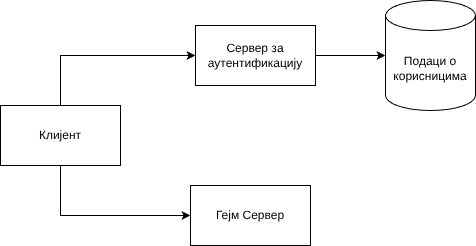
The draw.io diagram slike/dijgram_arhitekture_sistema.png in aleksaaaa02/bachelor-thesis, before a commit. Source tidied: cells renumbered, new cells last; positions are measured from the earlier drawing's top-left corner, leaving out a move shared by most shapes.
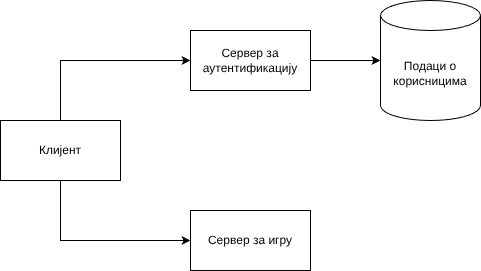
Above is the later version.

Change to the diagram source:
```diff
@@ -2,26 +2,26 @@
   <root>
     <mxCell id="0" />
     <mxCell id="1" parent="0" />
-    <mxCell id="2" style="edgeStyle=orthogonalEdgeStyle;rounded=0;jettySize=auto;html=1;exitX=0.5;exitY=1;exitDx=0;exitDy=0;entryX=0;entryY=0.5;entryDx=0;entryDy=0;" parent="1" edge="1" source="4" target="5">
-      <mxGeometry relative="1" as="geometry" />
-    </mxCell>
     <mxCell id="3" style="edgeStyle=orthogonalEdgeStyle;rounded=0;jettySize=auto;html=1;exitX=0.5;exitY=0;exitDx=0;exitDy=0;entryX=0;entryY=0.5;entryDx=0;entryDy=0;" parent="1" edge="1" source="4" target="6">
       <mxGeometry relative="1" as="geometry" />
     </mxCell>
+    <mxCell id="9" style="edgeStyle=orthogonalEdgeStyle;rounded=0;jettySize=auto;html=1;exitX=0.5;exitY=1;exitDx=0;exitDy=0;entryX=0;entryY=0.5;entryDx=0;entryDy=0;" parent="1" edge="1" source="4" target="10">
+      <mxGeometry relative="1" as="geometry" />
+    </mxCell>
-    <mxCell id="4" value="Клијент" style="whiteSpace=wrap;html=1;" parent="1" vertex="1">
-      <mxGeometry y="105" width="120" height="60" as="geometry" />
+    <mxCell id="4" value="Клијент" style="rounded=0;whiteSpace=wrap;html=1;" parent="1" vertex="1">
+      <mxGeometry x="-60" y="125" width="120" height="60" as="geometry" />
     </mxCell>
-    <mxCell id="5" value="Гејм Сервер" style="rounded=0;whiteSpace=wrap;html=1;" parent="1" vertex="1">
-      <mxGeometry x="190" y="185" width="120" height="60" as="geometry" />
-    </mxCell>
     <mxCell id="6" value="Сервер за аутентификацију" style="rounded=0;whiteSpace=wrap;html=1;" parent="1" vertex="1">
-      <mxGeometry x="195" y="25" width="120" height="60" as="geometry" />
+      <mxGeometry x="130" y="35" width="120" height="60" as="geometry" />
     </mxCell>
     <mxCell id="7" value="Подаци о корисницима" style="shape=cylinder3;whiteSpace=wrap;html=1;boundedLbl=1;backgroundOutline=1;size=15;" parent="1" vertex="1">
-      <mxGeometry x="385" width="90" height="110" as="geometry" />
+      <mxGeometry x="320" y="5" width="100" height="120" as="geometry" />
     </mxCell>
     <mxCell id="8" style="edgeStyle=orthogonalEdgeStyle;rounded=0;jettySize=auto;html=1;exitX=1;exitY=0.5;exitDx=0;exitDy=0;entryX=0;entryY=0.5;entryDx=0;entryDy=0;entryPerimeter=0;" parent="1" edge="1" source="6" target="7">
       <mxGeometry relative="1" as="geometry" />
     </mxCell>
+    <mxCell id="10" value="Сервер за игру" style="rounded=0;whiteSpace=wrap;html=1;" parent="1" vertex="1">
+      <mxGeometry x="130" y="215" width="120" height="60" as="geometry" />
+    </mxCell>
   </root>
 </mxGraphModel>
```
